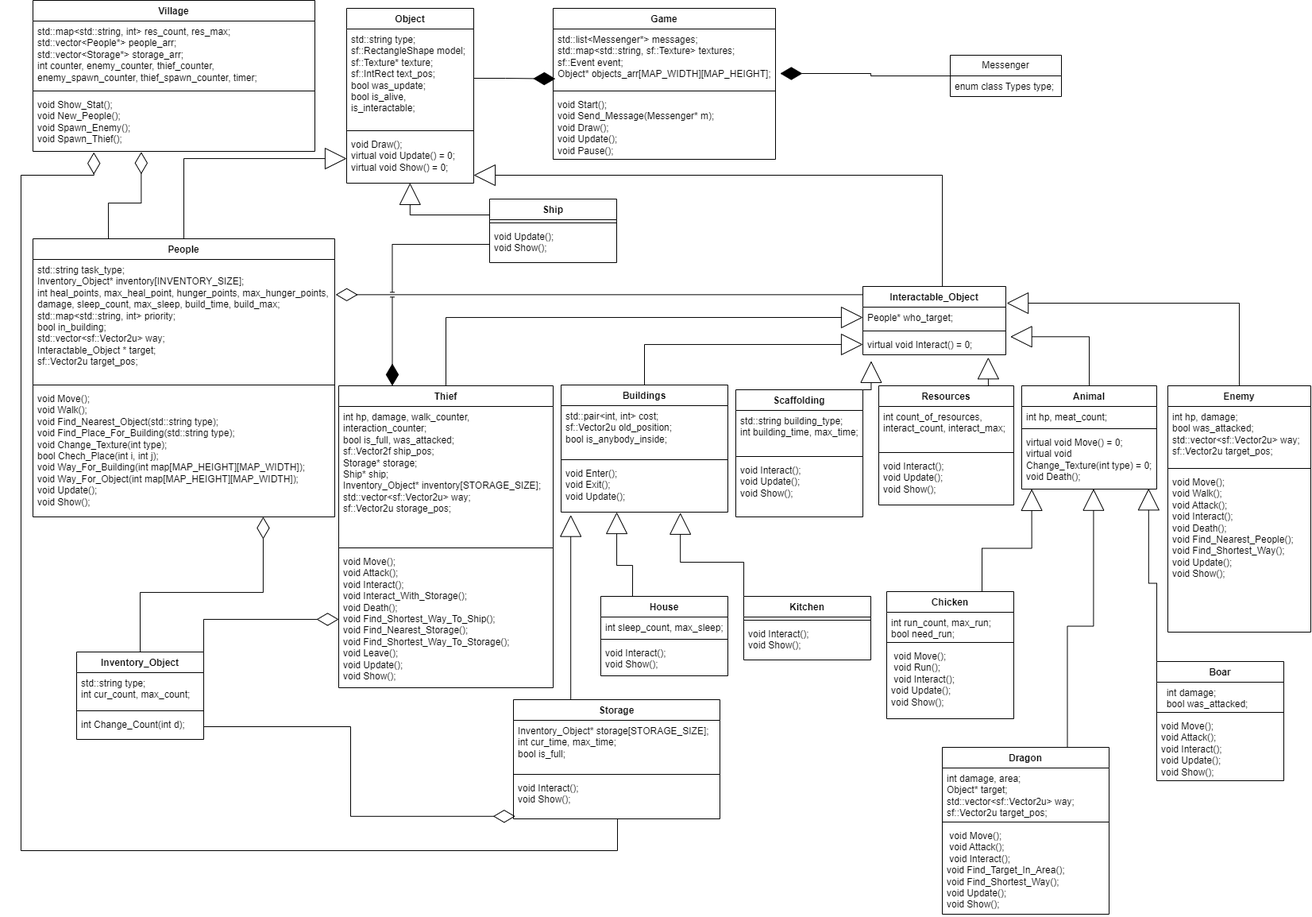
Earlier version of the draw.io export diagram.drawio.png (Darber32/Colony-Simulation). Source tidied: cells renumbered, new cells last; positions are measured from the earlier drawing's top-left corner, leaving out a move shared by most shapes.
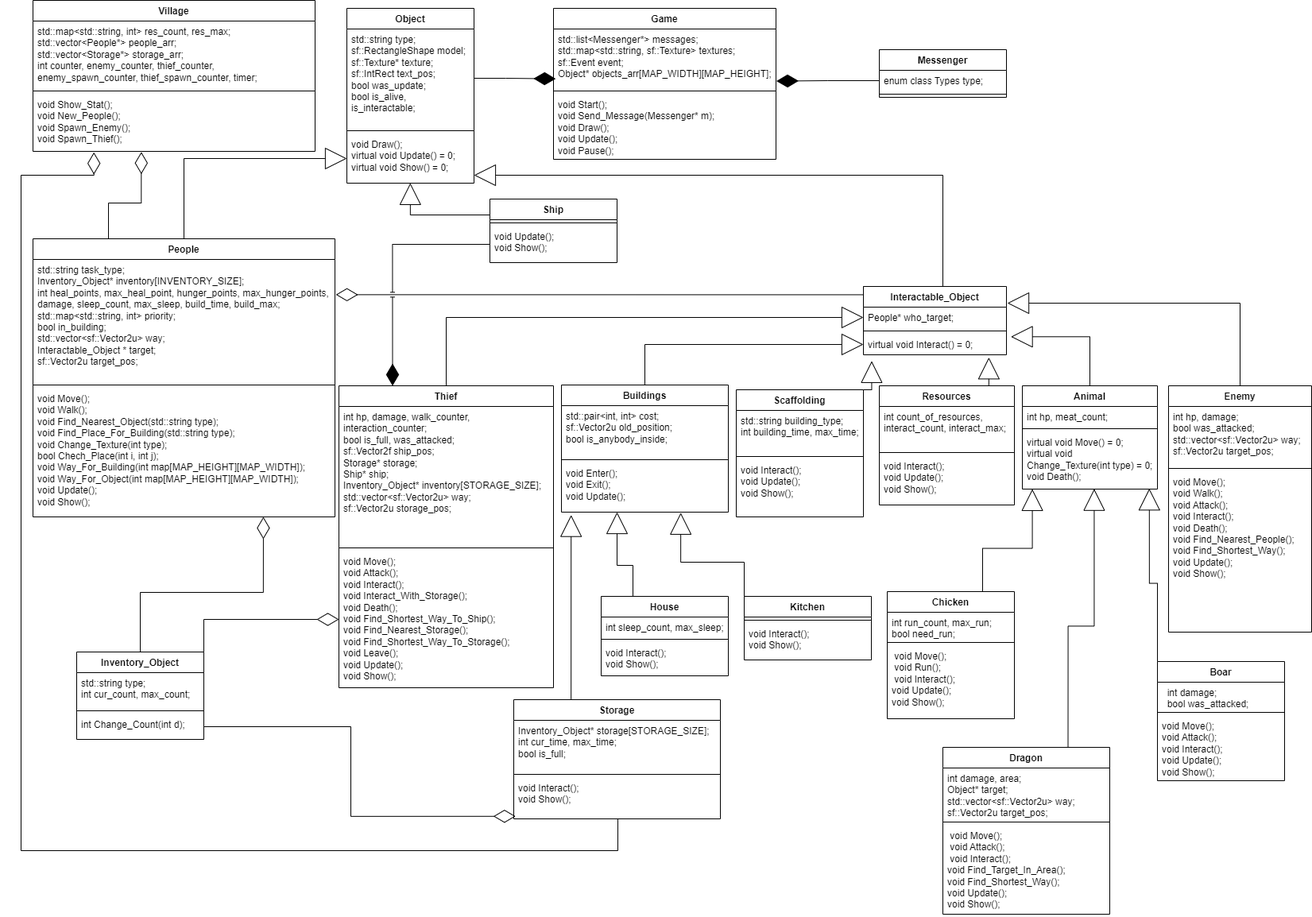
Later version of the same file.

The edit, as a diff of the source:
```diff
@@ -319,14 +319,17 @@
     <mxCell id="98" value="&lt;div&gt;&amp;nbsp;void Move();&lt;/div&gt;&lt;div&gt;&amp;nbsp;void Attack();&lt;/div&gt;&lt;div&gt;&amp;nbsp;void Interact();&lt;/div&gt;&lt;div&gt;&lt;div&gt;void Find_Target_In_Area();&lt;/div&gt;&lt;div&gt;void Find_Shortest_Way();&lt;/div&gt;&lt;/div&gt;&lt;div&gt;&lt;div&gt;void Update();&lt;/div&gt;&lt;div&gt;void Show();&lt;/div&gt;&lt;/div&gt;" style="text;strokeColor=none;fillColor=none;align=left;verticalAlign=top;spacingLeft=4;spacingRight=4;overflow=hidden;whiteSpace=wrap;html=1;" parent="95" vertex="1">
       <mxGeometry y="98" width="210" height="112" as="geometry" />
     </mxCell>
-    <mxCell id="99" value="Messenger" style="swimlane;fontStyle=0;horizontal=1;startSize=26;fillColor=none;whiteSpace=wrap;html=1;" parent="1" vertex="1">
-      <mxGeometry x="1170" y="69" width="140" height="52" as="geometry" />
+    <mxCell id="99" value="Messenger" style="swimlane;fontStyle=1;align=center;verticalAlign=top;horizontal=1;startSize=26;whiteSpace=wrap;html=1;" parent="1" vertex="1">
+      <mxGeometry x="1080" y="62" width="160" height="60" as="geometry" />
     </mxCell>
     <mxCell id="100" value="enum class Types type;" style="text;strokeColor=none;fillColor=none;align=left;verticalAlign=top;spacingLeft=4;spacingRight=4;overflow=hidden;points=[[0,0.5],[1,0.5]];portConstraint=eastwest;whiteSpace=wrap;html=1;" parent="99" vertex="1">
-      <mxGeometry y="26" width="140" height="26" as="geometry" />
+      <mxGeometry y="26" width="160" height="26" as="geometry" />
     </mxCell>
-    <mxCell id="101" style="edgeStyle=orthogonalEdgeStyle;rounded=0;jettySize=auto;html=1;entryX=1.021;entryY=0.757;entryDx=0;entryDy=0;entryPerimeter=0;endArrow=diamondThin;endFill=1;endSize=25;" parent="1" edge="1" source="99" target="3">
-      <mxGeometry relative="1" as="geometry" />
-    </mxCell>
+    <mxCell id="102" style="line;strokeWidth=1;fillColor=none;align=left;verticalAlign=middle;spacingTop=-1;spacingLeft=3;spacingRight=3;labelPosition=right;strokeColor=inherit;" parent="99" vertex="1">
+      <mxGeometry y="52" width="160" height="8" as="geometry" />
+    </mxCell>
+    <mxCell id="103" style="edgeStyle=orthogonalEdgeStyle;rounded=0;jettySize=auto;html=1;entryX=1.002;entryY=0.886;entryDx=0;entryDy=0;entryPerimeter=0;endArrow=diamondThin;endFill=1;endSize=25;" parent="1" edge="1" source="100" target="3">
+      <mxGeometry relative="1" as="geometry" />
+    </mxCell>
   </root>
 </mxGraphModel>
```
